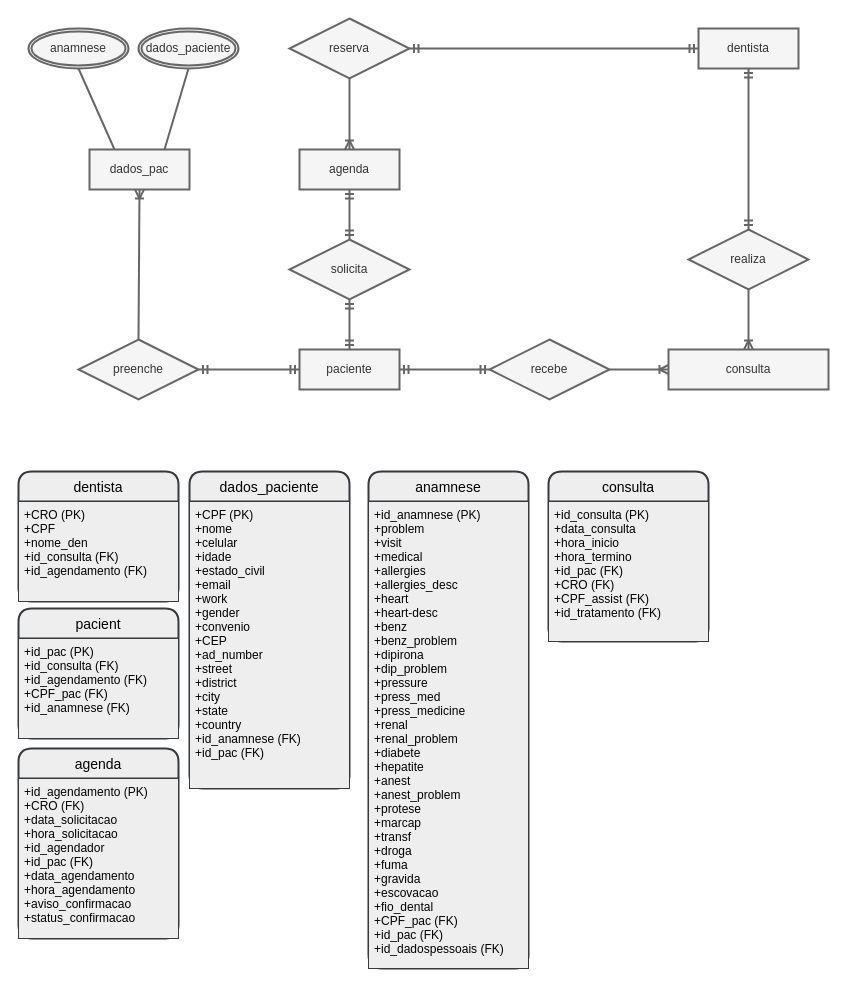
Earlier version of the draw.io diagram Diagrama sem nome.drawio (fabiollg/Diagrama-ER-Consultorio). Source tidied: cells renumbered, new cells numbered last; positions are measured from the earlier drawing's top-left corner, leaving out a move shared by most shapes. Both pictures are drawn from the tidied source at 100%, with x=0, y=0 at pixel (18, 18).
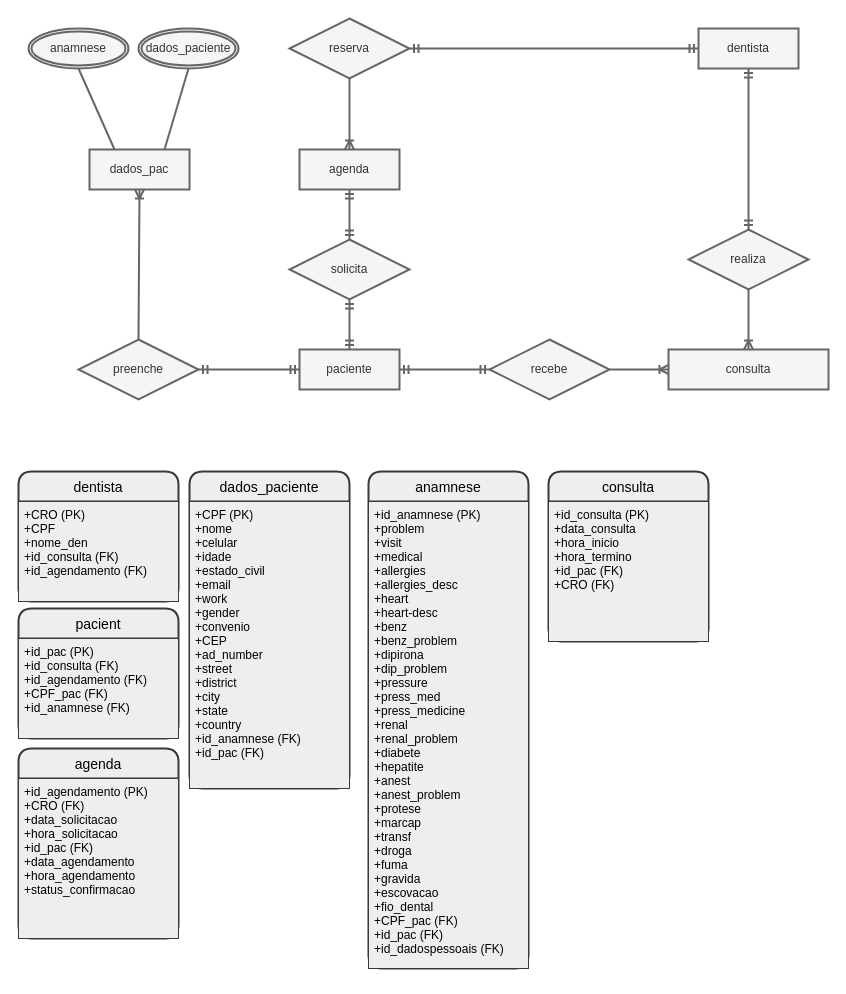
The same diagram, later.

Commit message:
ultima alteração

The change refers to these unchanged cells:
```xml
<mxCell id="30" value="agenda" style="swimlane;horizontal=1;startSize=30;rounded=1;fontSize=14;fontStyle=0;strokeWidth=2;shadow=0;dashed=0;align=center;fillColor=#eeeeee;strokeColor=#36393d;fontColor=#000000;" parent="1" vertex="1">
  <mxGeometry y="730" width="160" height="190" as="geometry" />
</mxCell>
<mxCell id="32" value="consulta" style="swimlane;horizontal=1;startSize=30;rounded=1;fontSize=14;fontStyle=0;strokeWidth=2;shadow=0;dashed=0;align=center;fillColor=#eeeeee;strokeColor=#36393d;fontColor=#000000;" parent="1" vertex="1">
  <mxGeometry x="530" y="453" width="160" height="170" as="geometry" />
</mxCell>
```

Diff of the diagram source:
```diff
@@
-    <mxCell id="31" value="+id_agendamento (PK)&#10;+CRO (FK)&#10;+data_solicitacao&#10;+hora_solicitacao&#10;+id_agendador&#10;+id_pac (FK)&#10;+data_agendamento&#10;+hora_agendamento&#10;+aviso_confirmacao&#10;+status_confirmacao" style="align=left;strokeColor=#36393d;fillColor=#eeeeee;spacingLeft=4;fontSize=12;verticalAlign=top;fontColor=#000000;" parent="30" vertex="1">
+    <mxCell id="31" value="+id_agendamento (PK)&#10;+CRO (FK)&#10;+data_solicitacao&#10;+hora_solicitacao&#10;+id_pac (FK)&#10;+data_agendamento&#10;+hora_agendamento&#10;+status_confirmacao" style="align=left;strokeColor=#36393d;fillColor=#eeeeee;spacingLeft=4;fontSize=12;verticalAlign=top;fontColor=#000000;" parent="30" vertex="1">
       <mxGeometry y="30" width="160" height="160" as="geometry" />
     </mxCell>
@@
-    <mxCell id="33" value="+id_consulta (PK)&#10;+data_consulta&#10;+hora_inicio&#10;+hora_termino&#10;+id_pac (FK)&#10;+CRO (FK)&#10;+CPF_assist (FK)&#10;+id_tratamento (FK)" style="align=left;strokeColor=#36393d;fillColor=#eeeeee;spacingLeft=4;fontSize=12;verticalAlign=top;fontColor=#000000;" parent="32" vertex="1">
+    <mxCell id="33" value="+id_consulta (PK)&#10;+data_consulta&#10;+hora_inicio&#10;+hora_termino&#10;+id_pac (FK)&#10;+CRO (FK)" style="align=left;strokeColor=#36393d;fillColor=#eeeeee;spacingLeft=4;fontSize=12;verticalAlign=top;fontColor=#000000;" parent="32" vertex="1">
       <mxGeometry y="30" width="160" height="140" as="geometry" />
     </mxCell>
```
